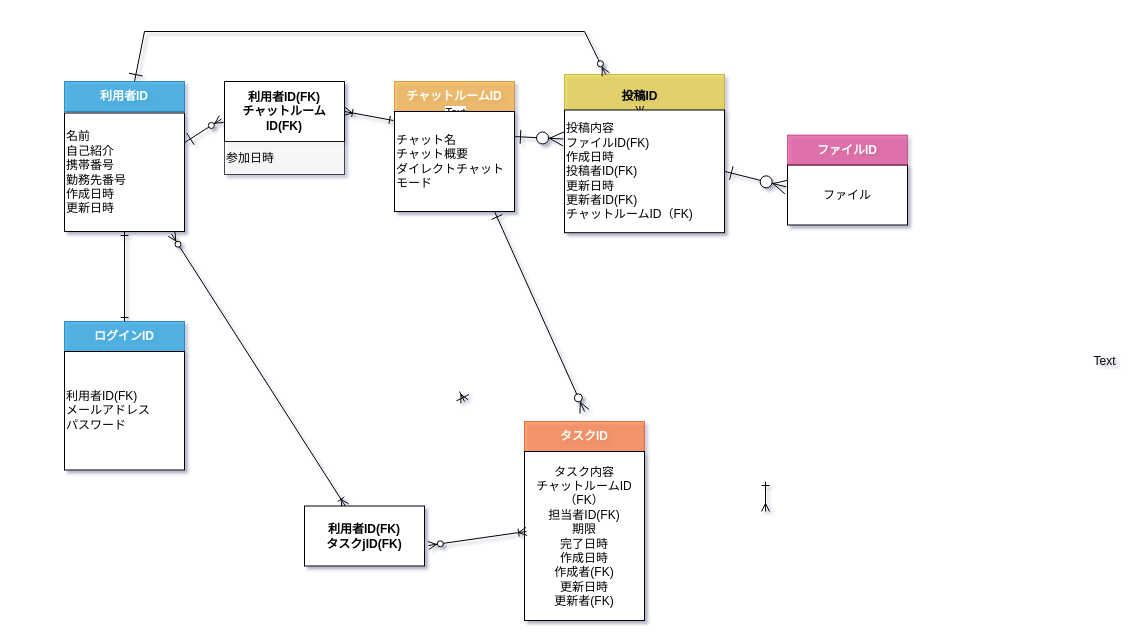
Earlier version of the draw.io diagram db/db-challenge1/db-challenge1.drawio (Yuina1012/quelcode-db). Source tidied: cells renumbered, new cells numbered last; positions are measured from the earlier drawing's top-left corner, leaving out a move shared by most shapes. Both pictures are drawn from the tidied source at 100%, with x=0, y=0 at pixel (64, 31).
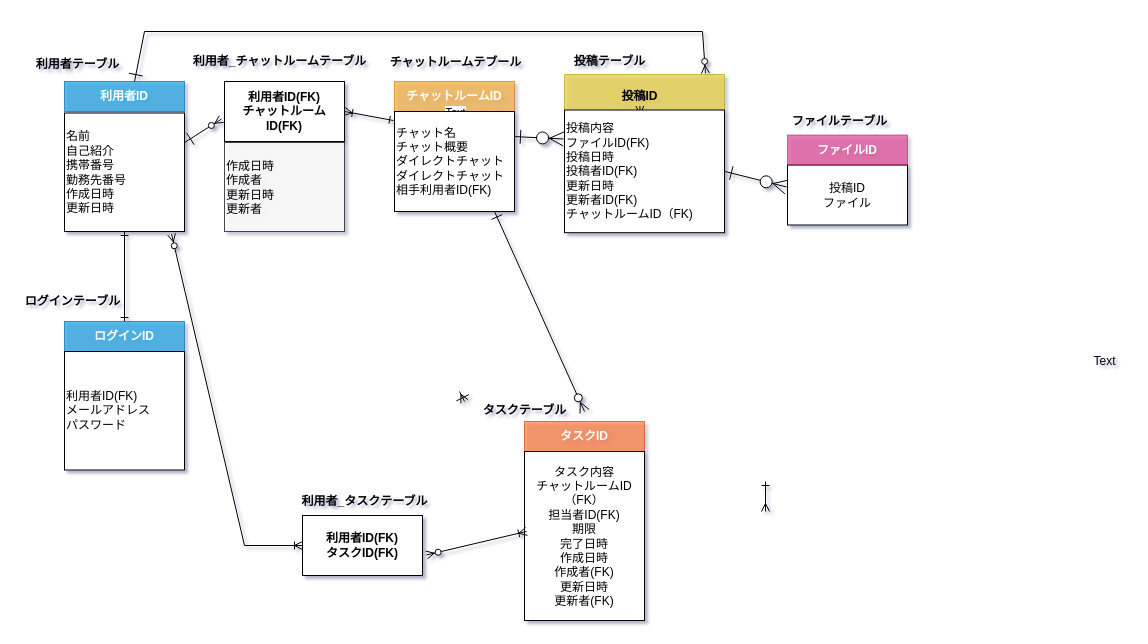
After the change.

Commit message:
テーブル名追加

The change refers to these unchanged cells:
```xml
<mxCell id="5" value="名前&lt;br&gt;自己紹介&lt;br&gt;携帯番号&lt;br&gt;勤務先番号&lt;br&gt;作成日時&lt;br&gt;更新日時" style="rounded=0;whiteSpace=wrap;html=1;align=left;" parent="1" vertex="1">
  <mxGeometry y="81.5" width="120" height="118.5" as="geometry" />
</mxCell>
<mxCell id="18" style="rounded=0;whiteSpace=wrap;html=1;fillColor=#e3c800;strokeColor=#B09500;fontColor=#ffffff;opacity=60;" parent="1" vertex="1">
  <mxGeometry x="500" y="43" width="160" height="157" as="geometry" />
</mxCell>
```

Diff of the diagram source:
```diff
@@
-    <mxCell id="14" value="チャット名&lt;br&gt;&lt;div&gt;チャット概要&lt;/div&gt;&lt;div&gt;ダイレクトチャットモード&lt;/div&gt;" style="rounded=0;whiteSpace=wrap;html=1;align=left;" parent="1" vertex="1">
+    <mxCell id="14" value="チャット名&lt;br&gt;&lt;div&gt;チャット概要&lt;/div&gt;&lt;div&gt;ダイレクトチャット&lt;/div&gt;&lt;div&gt;ダイレクトチャット相手利用者ID(FK)&lt;/div&gt;" style="rounded=0;whiteSpace=wrap;html=1;align=left;" parent="1" vertex="1">
       <mxGeometry x="330" y="80" width="120" height="100" as="geometry" />
     </mxCell>
-    <mxCell id="15" value="ファイル" style="rounded=0;whiteSpace=wrap;html=1;" parent="1" vertex="1">
+    <mxCell id="15" value="投稿ID&lt;br&gt;ファイル" style="rounded=0;whiteSpace=wrap;html=1;" parent="1" vertex="1">
       <mxGeometry x="723" y="133.5" width="120" height="60" as="geometry" />
     </mxCell>
@@
-    <mxCell id="21" value="投稿内容&lt;br&gt;ファイルID(FK)&lt;br&gt;作成日時&lt;br&gt;投稿者ID(FK)&lt;br&gt;更新日時&lt;br&gt;更新者ID(FK)&lt;br&gt;チャットルームID（FK)&lt;br&gt;" style="rounded=0;whiteSpace=wrap;html=1;align=left;" parent="18" vertex="1">
+    <mxCell id="21" value="投稿内容&lt;br&gt;ファイルID(FK)&lt;br&gt;投稿日時&lt;br&gt;投稿者ID(FK)&lt;br&gt;更新日時&lt;br&gt;更新者ID(FK)&lt;br&gt;チャットルームID（FK)" style="rounded=0;whiteSpace=wrap;html=1;align=left;" parent="18" vertex="1">
       <mxGeometry y="35.5" width="160" height="122.7" as="geometry" />
     </mxCell>
@@
     <mxCell id="28" style="edgeStyle=none;rounded=0;jettySize=auto;html=1;startArrow=ERoneToMany;startFill=0;endArrow=ERzeroToMany;endFill=1;strokeWidth=1;entryX=0.892;entryY=1.022;entryDx=0;entryDy=0;entryPerimeter=0;" parent="1" edge="1" source="34" target="5">
-      <mxGeometry relative="1" as="geometry" />
+      <mxGeometry relative="1" as="geometry">
+        <Array as="points">
+          <mxPoint x="180" y="514" />
+        </Array>
+      </mxGeometry>
     </mxCell>
@@
-    <mxCell id="31" style="rounded=0;jettySize=auto;html=1;startArrow=ERone;startFill=0;endArrow=ERzeroToMany;endFill=1;strokeWidth=1;startSize=12;" parent="1" edge="1" target="18">
+    <mxCell id="31" style="rounded=0;jettySize=auto;html=1;startArrow=ERone;startFill=0;endArrow=ERzeroToMany;endFill=1;strokeWidth=1;startSize=12;entryX=0.881;entryY=-0.007;entryDx=0;entryDy=0;entryPerimeter=0;" parent="1" edge="1" target="18">
       <mxGeometry relative="1" as="geometry">
         <mxPoint x="70" y="50" as="sourcePoint" />
         <Array as="points">
           <mxPoint x="80" />
-          <mxPoint x="520" />
+          <mxPoint x="638" />
         </Array>
       </mxGeometry>
     </mxCell>
-    <mxCell id="32" value="参加日時" style="rounded=0;whiteSpace=wrap;html=1;opacity=70;align=left;" parent="1" vertex="1">
-      <mxGeometry x="160" y="110" width="120" height="33" as="geometry" />
+    <mxCell id="32" value="作成日時&lt;br&gt;作成者&lt;br&gt;更新日時&lt;br&gt;更新者&lt;br&gt;" style="rounded=0;whiteSpace=wrap;html=1;opacity=70;align=left;" parent="1" vertex="1">
+      <mxGeometry x="160" y="111" width="120" height="89" as="geometry" />
     </mxCell>
@@
-    <mxCell id="34" value="&lt;b&gt;利用者ID(FK)&lt;br&gt;タスクjID(FK)&lt;br&gt;&lt;/b&gt;" style="rounded=0;whiteSpace=wrap;html=1;" parent="1" vertex="1">
-      <mxGeometry x="240" y="474.5" width="120" height="60" as="geometry" />
+    <mxCell id="34" value="&lt;b&gt;利用者ID(FK)&lt;br&gt;タスクID(FK)&lt;br&gt;&lt;/b&gt;" style="rounded=0;whiteSpace=wrap;html=1;" parent="1" vertex="1">
+      <mxGeometry x="238" y="484" width="120" height="60" as="geometry" />
     </mxCell>
@@
+    <mxCell id="39" value="利用者テーブル" style="text;html=1;align=center;verticalAlign=middle;fontStyle=1;" parent="1" vertex="1">
+      <mxGeometry x="-37" y="23" width="100" height="20" as="geometry" />
+    </mxCell>
+    <mxCell id="40" value="&lt;b&gt;ログインテーブル&lt;/b&gt;" style="text;html=1;align=center;verticalAlign=middle;" parent="1" vertex="1">
+      <mxGeometry x="-47" y="260" width="110" height="20" as="geometry" />
+    </mxCell>
+    <mxCell id="41" value="&lt;b&gt;利用者_チャットルームテーブル&lt;/b&gt;" style="text;html=1;align=center;verticalAlign=middle;" parent="1" vertex="1">
+      <mxGeometry x="120" y="20" width="190" height="20" as="geometry" />
+    </mxCell>
+    <mxCell id="42" value="&lt;b&gt;チャットルームテブール&lt;/b&gt;" style="text;html=1;align=center;verticalAlign=middle;" parent="1" vertex="1">
+      <mxGeometry x="316" y="21" width="150" height="20" as="geometry" />
+    </mxCell>
+    <mxCell id="43" value="投稿テーブル" style="text;html=1;align=center;verticalAlign=middle;fontStyle=1;" parent="1" vertex="1">
+      <mxGeometry x="500" y="20" width="90" height="20" as="geometry" />
+    </mxCell>
+    <mxCell id="44" value="&lt;b&gt;ファイルテーブル&lt;/b&gt;" style="text;html=1;align=center;verticalAlign=middle;" parent="1" vertex="1">
+      <mxGeometry x="720" y="80" width="110" height="20" as="geometry" />
+    </mxCell>
+    <mxCell id="45" value="&lt;b&gt;利用者_タスクテーブル&lt;/b&gt;" style="text;html=1;align=center;verticalAlign=middle;" parent="1" vertex="1">
+      <mxGeometry x="230" y="460" width="140" height="20" as="geometry" />
+    </mxCell>
+    <mxCell id="46" value="&lt;b&gt;タスクテーブル&lt;/b&gt;" style="text;html=1;align=center;verticalAlign=middle;" parent="1" vertex="1">
+      <mxGeometry x="410" y="369.3" width="100" height="20" as="geometry" />
+    </mxCell>
```
